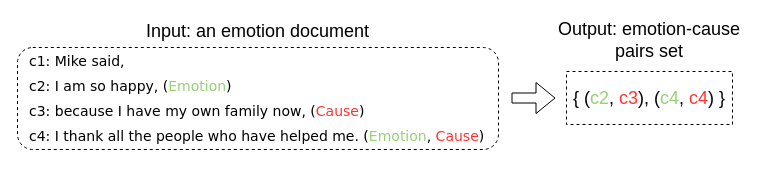
Earlier version of the draw.io diagram doc_example.drawio (zhoucz97/paper_figure). Source tidied: cells renumbered, new cells numbered last; positions are measured from the earlier drawing's top-left corner, leaving out a move shared by most shapes. Both pictures are drawn from the tidied source at 100%, with x=0, y=0 at pixel (17, 17).
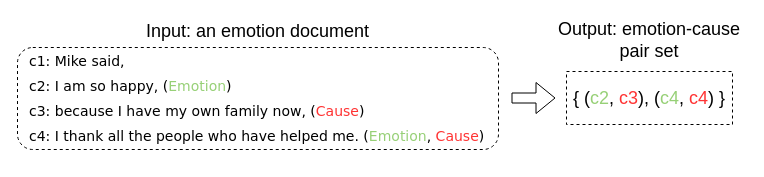
Above is the later version.

What changed in the source:
```diff
@@
 <mxGraphModel>
   <root>
     <mxCell id="0" />
     <mxCell id="1" parent="0" />
     <mxCell id="2" style="rounded=1;whiteSpace=wrap;html=1;dashed=1;strokeWidth=1;perimeterSpacing=1;" parent="1" vertex="1">
       <mxGeometry y="30" width="481" height="102" as="geometry" />
     </mxCell>
     <mxCell id="3" value="&lt;p&gt;&lt;font face=&quot;Verdana&quot; style=&quot;line-height: 200%&quot;&gt;&lt;font style=&quot;font-size: 14px&quot;&gt;&lt;font&gt;c1: Mike said,&lt;br&gt;&lt;/font&gt;&lt;font&gt;c2: I am so happy, (&lt;font color=&quot;#97d077&quot;&gt;Emotion&lt;/font&gt;)&lt;br&gt;&lt;/font&gt;&lt;font&gt;c3: because I have my own family now, (&lt;font color=&quot;#ff3333&quot;&gt;Cause&lt;/font&gt;)&lt;br&gt;&lt;/font&gt;&lt;font&gt;c4: I thank all the people who have helped me. (&lt;font color=&quot;#97d077&quot;&gt;Emotion&lt;/font&gt;,&lt;font color=&quot;#ea6b66&quot;&gt; &lt;/font&gt;&lt;font color=&quot;#ff3333&quot;&gt;Cause&lt;/font&gt;)&lt;/font&gt;&lt;/font&gt;&lt;br&gt;&lt;/font&gt;&lt;/p&gt;" style="text;html=1;strokeColor=none;fillColor=none;align=left;verticalAlign=middle;whiteSpace=wrap;rounded=0;strokeWidth=9;perimeterSpacing=1;" parent="1" vertex="1">
       <mxGeometry x="10" y="28" width="473" height="105" as="geometry" />
     </mxCell>
     <mxCell id="4" value="&lt;font style=&quot;font-size: 18px&quot;&gt;Input: an emotion document&lt;/font&gt;" style="text;html=1;strokeColor=none;fillColor=none;align=center;verticalAlign=middle;whiteSpace=wrap;rounded=0;dashed=1;" parent="1" vertex="1">
       <mxGeometry x="119" width="243" height="28" as="geometry" />
     </mxCell>
-    <mxCell id="5" value="&lt;font style=&quot;font-size: 18px&quot;&gt;Output:&amp;nbsp;emotion-cause pairs set&lt;/font&gt;" style="text;html=1;strokeColor=none;fillColor=none;align=center;verticalAlign=middle;whiteSpace=wrap;rounded=0;dashed=1;" parent="1" vertex="1">
+    <mxCell id="5" value="&lt;font style=&quot;font-size: 18px&quot;&gt;Output:&amp;nbsp;emotion-cause pair set&lt;/font&gt;" style="text;html=1;strokeColor=none;fillColor=none;align=center;verticalAlign=middle;whiteSpace=wrap;rounded=0;dashed=1;" parent="1" vertex="1">
       <mxGeometry x="535" y="9" width="194" height="28" as="geometry" />
     </mxCell>
     <mxCell id="6" value="&lt;font style=&quot;font-size: 18px&quot;&gt;{ (&lt;font color=&quot;#97d077&quot;&gt;c2&lt;/font&gt;, &lt;font color=&quot;#ff3333&quot;&gt;c3&lt;/font&gt;), (&lt;font color=&quot;#97d077&quot;&gt;c4&lt;/font&gt;, &lt;font color=&quot;#ff3333&quot;&gt;c4&lt;/font&gt;) }&lt;/font&gt;" style="rounded=0;whiteSpace=wrap;html=1;dashed=1;strokeWidth=1;" parent="1" vertex="1">
       <mxGeometry x="549" y="54" width="166" height="53" as="geometry" />
     </mxCell>
     <mxCell id="7" style="endArrow=classic;html=1;shape=flexArrow;" parent="1" edge="1">
       <mxGeometry relative="1" as="geometry">
         <mxPoint x="494" y="80.5" as="sourcePoint" />
         <mxPoint x="538" y="80.5" as="targetPoint" />
       </mxGeometry>
     </mxCell>
   </root>
 </mxGraphModel>
```
